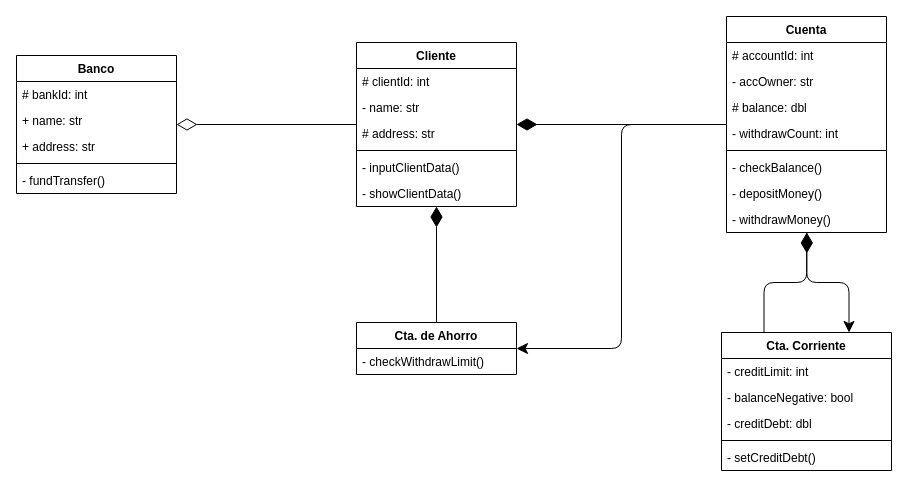
Before: taller/taller3.drawio in nriquelme-uct/Ejercicios-Modelado, a draw.io diagram. Source tidied: cells renumbered, new cells numbered last; positions are measured from the earlier drawing's top-left corner, leaving out a move shared by most shapes. Both pictures are drawn from the tidied source at 100%, with x=0, y=0 at pixel (16, 16).
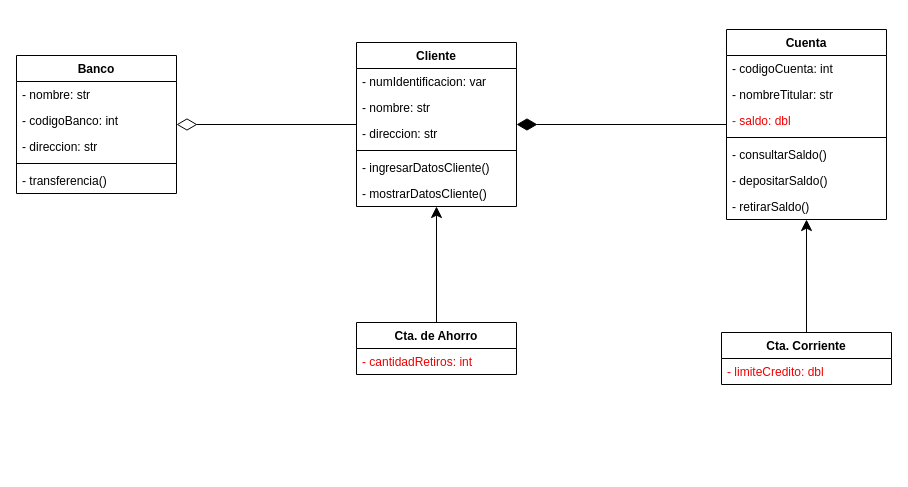
The same page after the edit.

Commit message (it also covers changes not shown here):
Actualizar archivos

The change refers to these unchanged cells:
```xml
<mxCell id="2" value="Banco" style="swimlane;fontStyle=1;align=center;verticalAlign=top;horizontal=1;startSize=26;" parent="1" vertex="1">
  <mxGeometry y="39" width="160" height="138" as="geometry" />
</mxCell>
<mxCell id="10" value="Cliente" style="swimlane;fontStyle=1;align=center;verticalAlign=top;horizontal=1;startSize=26;" parent="1" vertex="1">
  <mxGeometry x="340" y="26" width="160" height="164" as="geometry" />
</mxCell>
<mxCell id="29" value="Cta. de Ahorro" style="swimlane;fontStyle=1;align=center;verticalAlign=top;horizontal=1;startSize=26;" parent="1" vertex="1">
  <mxGeometry x="340" y="306" width="160" height="52" as="geometry" />
</mxCell>
```

Diff of the diagram source:
```diff
@@
+    <mxCell id="4" value="- nombre: str" style="text;strokeColor=none;fillColor=none;align=left;verticalAlign=top;spacingLeft=4;spacingRight=4;overflow=hidden;" parent="2" vertex="1">
+      <mxGeometry y="26" width="160" height="26" as="geometry" />
+    </mxCell>
-    <mxCell id="3" value="# bankId: int" style="text;strokeColor=none;fillColor=none;align=left;verticalAlign=top;spacingLeft=4;spacingRight=4;overflow=hidden;" parent="2" vertex="1">
-      <mxGeometry y="26" width="160" height="26" as="geometry" />
+    <mxCell id="3" value="- codigoBanco: int" style="text;strokeColor=none;fillColor=none;align=left;verticalAlign=top;spacingLeft=4;spacingRight=4;overflow=hidden;" parent="2" vertex="1">
+      <mxGeometry y="52" width="160" height="26" as="geometry" />
     </mxCell>
-    <mxCell id="4" value="+ name: str" style="text;strokeColor=none;fillColor=none;align=left;verticalAlign=top;spacingLeft=4;spacingRight=4;overflow=hidden;" parent="2" vertex="1">
-      <mxGeometry y="52" width="160" height="26" as="geometry" />
-    </mxCell>
-    <mxCell id="5" value="+ address: str" style="text;strokeColor=none;fillColor=none;align=left;verticalAlign=top;spacingLeft=4;spacingRight=4;overflow=hidden;" parent="2" vertex="1">
+    <mxCell id="5" value="- direccion: str" style="text;strokeColor=none;fillColor=none;align=left;verticalAlign=top;spacingLeft=4;spacingRight=4;overflow=hidden;" parent="2" vertex="1">
       <mxGeometry y="78" width="160" height="26" as="geometry" />
     </mxCell>
@@
-    <mxCell id="7" value="- fundTransfer()" style="text;strokeColor=none;fillColor=none;align=left;verticalAlign=top;spacingLeft=4;spacingRight=4;overflow=hidden;" parent="2" vertex="1">
+    <mxCell id="7" value="- transferencia()" style="text;strokeColor=none;fillColor=none;align=left;verticalAlign=top;spacingLeft=4;spacingRight=4;overflow=hidden;" parent="2" vertex="1">
       <mxGeometry y="112" width="160" height="26" as="geometry" />
     </mxCell>
-    <mxCell id="8" style="edgeStyle=orthogonalEdgeStyle;html=1;entryX=0.5;entryY=0;entryDx=0;entryDy=0;endArrow=none;endFill=0;endSize=18;startArrow=diamondThin;startFill=1;startSize=18;" parent="1" edge="1" source="10" target="29">
+    <mxCell id="8" style="edgeStyle=orthogonalEdgeStyle;html=1;entryX=0.5;entryY=0;entryDx=0;entryDy=0;endArrow=none;endFill=0;endSize=18;startArrow=classic;startFill=1;startSize=9;" parent="1" edge="1" source="10" target="29">
       <mxGeometry relative="1" as="geometry" />
     </mxCell>
@@
-    <mxCell id="11" value="# clientId: int" style="text;strokeColor=none;fillColor=none;align=left;verticalAlign=top;spacingLeft=4;spacingRight=4;overflow=hidden;" parent="10" vertex="1">
+    <mxCell id="11" value="- numIdentificacion: var" style="text;strokeColor=none;fillColor=none;align=left;verticalAlign=top;spacingLeft=4;spacingRight=4;overflow=hidden;" parent="10" vertex="1">
       <mxGeometry y="26" width="160" height="26" as="geometry" />
     </mxCell>
-    <mxCell id="12" value="- name: str" style="text;strokeColor=none;fillColor=none;align=left;verticalAlign=top;spacingLeft=4;spacingRight=4;overflow=hidden;" parent="10" vertex="1">
+    <mxCell id="12" value="- nombre: str" style="text;strokeColor=none;fillColor=none;align=left;verticalAlign=top;spacingLeft=4;spacingRight=4;overflow=hidden;" parent="10" vertex="1">
       <mxGeometry y="52" width="160" height="26" as="geometry" />
     </mxCell>
-    <mxCell id="13" value="# address: str" style="text;strokeColor=none;fillColor=none;align=left;verticalAlign=top;spacingLeft=4;spacingRight=4;overflow=hidden;" parent="10" vertex="1">
+    <mxCell id="13" value="- direccion: str" style="text;strokeColor=none;fillColor=none;align=left;verticalAlign=top;spacingLeft=4;spacingRight=4;overflow=hidden;" parent="10" vertex="1">
       <mxGeometry y="78" width="160" height="26" as="geometry" />
     </mxCell>
@@
-    <mxCell id="15" value="- inputClientData()" style="text;strokeColor=none;fillColor=none;align=left;verticalAlign=top;spacingLeft=4;spacingRight=4;overflow=hidden;" parent="10" vertex="1">
+    <mxCell id="15" value="- ingresarDatosCliente()" style="text;strokeColor=none;fillColor=none;align=left;verticalAlign=top;spacingLeft=4;spacingRight=4;overflow=hidden;" parent="10" vertex="1">
       <mxGeometry y="112" width="160" height="26" as="geometry" />
     </mxCell>
-    <mxCell id="16" value="- showClientData()" style="text;strokeColor=none;fillColor=none;align=left;verticalAlign=top;spacingLeft=4;spacingRight=4;overflow=hidden;" parent="10" vertex="1">
+    <mxCell id="16" value="- mostrarDatosCliente()" style="text;strokeColor=none;fillColor=none;align=left;verticalAlign=top;spacingLeft=4;spacingRight=4;overflow=hidden;" parent="10" vertex="1">
       <mxGeometry y="138" width="160" height="26" as="geometry" />
     </mxCell>
-    <mxCell id="17" style="edgeStyle=orthogonalEdgeStyle;html=1;entryX=1;entryY=0.5;entryDx=0;entryDy=0;endSize=9;" parent="1" edge="1" source="20" target="29">
-      <mxGeometry relative="1" as="geometry" />
-    </mxCell>
-    <mxCell id="18" style="edgeStyle=orthogonalEdgeStyle;html=1;endArrow=none;endFill=0;endSize=18;entryX=0.25;entryY=0;entryDx=0;entryDy=0;exitX=0.502;exitY=0.997;exitDx=0;exitDy=0;exitPerimeter=0;startArrow=diamondThin;startFill=1;startSize=18;" parent="1" edge="1" source="28" target="31">
-      <mxGeometry relative="1" as="geometry" />
-    </mxCell>
@@
     <mxCell id="20" value="Cuenta" style="swimlane;fontStyle=1;align=center;verticalAlign=top;horizontal=1;startSize=26;" parent="1" vertex="1">
-      <mxGeometry x="710" width="160" height="216" as="geometry" />
+      <mxGeometry x="710" y="13" width="160" height="190" as="geometry" />
     </mxCell>
-    <mxCell id="21" value="# accountId: int" style="text;strokeColor=none;fillColor=none;align=left;verticalAlign=top;spacingLeft=4;spacingRight=4;overflow=hidden;" parent="20" vertex="1">
+    <mxCell id="21" value="- codigoCuenta: int" style="text;strokeColor=none;fillColor=none;align=left;verticalAlign=top;spacingLeft=4;spacingRight=4;overflow=hidden;" parent="20" vertex="1">
       <mxGeometry y="26" width="160" height="26" as="geometry" />
     </mxCell>
-    <mxCell id="22" value="- accOwner: str" style="text;strokeColor=none;fillColor=none;align=left;verticalAlign=top;spacingLeft=4;spacingRight=4;overflow=hidden;" parent="20" vertex="1">
+    <mxCell id="22" value="- nombreTitular: str" style="text;strokeColor=none;fillColor=none;align=left;verticalAlign=top;spacingLeft=4;spacingRight=4;overflow=hidden;" parent="20" vertex="1">
       <mxGeometry y="52" width="160" height="26" as="geometry" />
     </mxCell>
-    <mxCell id="23" value="# balance: dbl" style="text;strokeColor=none;fillColor=none;align=left;verticalAlign=top;spacingLeft=4;spacingRight=4;overflow=hidden;" parent="20" vertex="1">
+    <mxCell id="23" value="- saldo: dbl" style="text;strokeColor=none;fillColor=none;align=left;verticalAlign=top;spacingLeft=4;spacingRight=4;overflow=hidden;fontColor=#F00000;" parent="20" vertex="1">
       <mxGeometry y="78" width="160" height="26" as="geometry" />
     </mxCell>
-    <mxCell id="24" value="- withdrawCount: int" style="text;strokeColor=none;fillColor=none;align=left;verticalAlign=top;spacingLeft=4;spacingRight=4;overflow=hidden;" parent="20" vertex="1">
-      <mxGeometry y="104" width="160" height="26" as="geometry" />
-    </mxCell>
     <mxCell id="25" style="line;strokeWidth=1;fillColor=none;align=left;verticalAlign=middle;spacingTop=-1;spacingLeft=3;spacingRight=3;labelPosition=right;strokeColor=inherit;" parent="20" vertex="1">
-      <mxGeometry y="130" width="160" height="8" as="geometry" />
+      <mxGeometry y="104" width="160" height="8" as="geometry" />
     </mxCell>
-    <mxCell id="26" value="- checkBalance()" style="text;strokeColor=none;fillColor=none;align=left;verticalAlign=top;spacingLeft=4;spacingRight=4;overflow=hidden;" parent="20" vertex="1">
-      <mxGeometry y="138" width="160" height="26" as="geometry" />
+    <mxCell id="26" value="- consultarSaldo()" style="text;strokeColor=none;fillColor=none;align=left;verticalAlign=top;spacingLeft=4;spacingRight=4;overflow=hidden;" parent="20" vertex="1">
+      <mxGeometry y="112" width="160" height="26" as="geometry" />
     </mxCell>
-    <mxCell id="27" value="- depositMoney()" style="text;strokeColor=none;fillColor=none;align=left;verticalAlign=top;spacingLeft=4;spacingRight=4;overflow=hidden;" parent="20" vertex="1">
-      <mxGeometry y="164" width="160" height="26" as="geometry" />
+    <mxCell id="27" value="- depositarSaldo()" style="text;strokeColor=none;fillColor=none;align=left;verticalAlign=top;spacingLeft=4;spacingRight=4;overflow=hidden;" parent="20" vertex="1">
+      <mxGeometry y="138" width="160" height="26" as="geometry" />
     </mxCell>
-    <mxCell id="28" value="- withdrawMoney()" style="text;strokeColor=none;fillColor=none;align=left;verticalAlign=top;spacingLeft=4;spacingRight=4;overflow=hidden;points=[[0,0.5],[1,0.5]];portConstraint=eastwest;" parent="20" vertex="1">
-      <mxGeometry y="190" width="160" height="26" as="geometry" />
-    </mxCell>
+    <mxCell id="38" value="- retirarSaldo()" style="text;strokeColor=none;fillColor=none;align=left;verticalAlign=top;spacingLeft=4;spacingRight=4;overflow=hidden;fontColor=default;" parent="20" vertex="1">
+      <mxGeometry y="164" width="160" height="26" as="geometry" />
+    </mxCell>
@@
-    <mxCell id="30" value="- checkWithdrawLimit()" style="text;strokeColor=none;fillColor=none;align=left;verticalAlign=top;spacingLeft=4;spacingRight=4;overflow=hidden;" parent="29" vertex="1">
-      <mxGeometry y="26" width="160" height="26" as="geometry" />
-    </mxCell>
+    <mxCell id="39" value="- cantidadRetiros: int" style="text;strokeColor=none;fillColor=none;align=left;verticalAlign=top;spacingLeft=4;spacingRight=4;overflow=hidden;fontColor=#F00000;" parent="29" vertex="1">
+      <mxGeometry y="26" width="160" height="26" as="geometry" />
+    </mxCell>
     <mxCell id="31" value="Cta. Corriente" style="swimlane;fontStyle=1;align=center;verticalAlign=top;horizontal=1;startSize=26;" parent="1" vertex="1">
-      <mxGeometry x="705" y="316" width="170" height="138" as="geometry" />
+      <mxGeometry x="705" y="316" width="170" height="52" as="geometry" />
     </mxCell>
-    <mxCell id="32" value="- creditLimit: int" style="text;strokeColor=none;fillColor=none;align=left;verticalAlign=top;spacingLeft=4;spacingRight=4;overflow=hidden;" parent="31" vertex="1">
+    <mxCell id="32" value="- limiteCredito: dbl" style="text;strokeColor=none;fillColor=none;align=left;verticalAlign=top;spacingLeft=4;spacingRight=4;overflow=hidden;fontColor=#F00000;" parent="31" vertex="1">
       <mxGeometry y="26" width="170" height="26" as="geometry" />
     </mxCell>
-    <mxCell id="33" value="- balanceNegative: bool" style="text;strokeColor=none;fillColor=none;align=left;verticalAlign=top;spacingLeft=4;spacingRight=4;overflow=hidden;" parent="31" vertex="1">
-      <mxGeometry y="52" width="170" height="26" as="geometry" />
-    </mxCell>
-    <mxCell id="34" value="- creditDebt: dbl" style="text;strokeColor=none;fillColor=none;align=left;verticalAlign=top;spacingLeft=4;spacingRight=4;overflow=hidden;" parent="31" vertex="1">
-      <mxGeometry y="78" width="170" height="26" as="geometry" />
-    </mxCell>
-    <mxCell id="35" style="line;strokeWidth=1;fillColor=none;align=left;verticalAlign=middle;spacingTop=-1;spacingLeft=3;spacingRight=3;labelPosition=right;strokeColor=inherit;" parent="31" vertex="1">
-      <mxGeometry y="104" width="170" height="8" as="geometry" />
-    </mxCell>
-    <mxCell id="36" value="- setCreditDebt()" style="text;strokeColor=none;fillColor=none;align=left;verticalAlign=top;spacingLeft=4;spacingRight=4;overflow=hidden;" parent="31" vertex="1">
-      <mxGeometry y="112" width="170" height="26" as="geometry" />
-    </mxCell>
-    <mxCell id="37" style="edgeStyle=orthogonalEdgeStyle;html=1;endSize=9;exitX=0.501;exitY=1.001;exitDx=0;exitDy=0;exitPerimeter=0;entryX=0.75;entryY=0;entryDx=0;entryDy=0;" parent="1" edge="1" source="28" target="31">
+    <mxCell id="37" style="edgeStyle=orthogonalEdgeStyle;html=1;endSize=9;entryX=0.5;entryY=0;entryDx=0;entryDy=0;startArrow=classic;startFill=1;endArrow=none;endFill=0;startSize=9;" parent="1" edge="1" source="20" target="31">
       <mxGeometry relative="1" as="geometry" />
     </mxCell>
```
